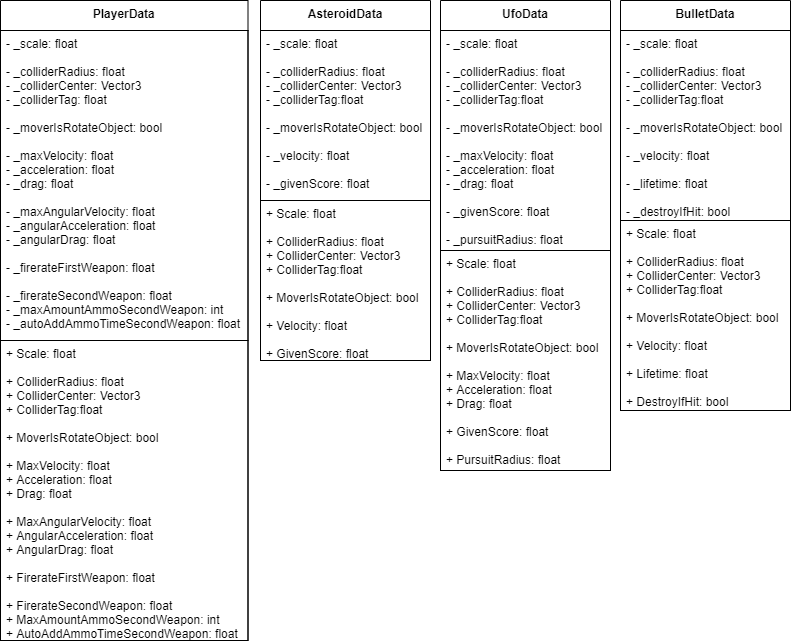
Before: Other/Diagrams/Data/Data.png, a diagram exported from draw.io (Kkamikadzee/Asteroids). Source tidied: cells renumbered, new cells last; positions are measured from the earlier drawing's top-left corner, leaving out a move shared by most shapes.
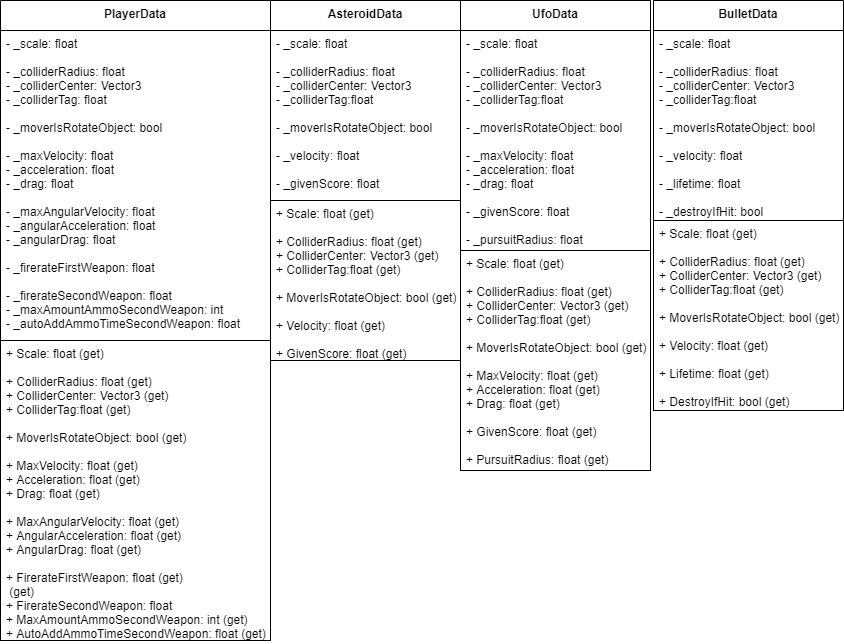
After the commit.

The edit, as a diff of the source:
```diff
@@ -2,41 +2,41 @@
   <root>
     <mxCell id="0" />
     <mxCell id="1" parent="0" />
-    <mxCell id="2" value="BulletData" style="swimlane;fontStyle=1;align=center;verticalAlign=top;horizontal=1;startSize=30;spacing=2;" parent="1" vertex="1">
-      <mxGeometry x="620" width="170" height="410" as="geometry" />
-    </mxCell>
-    <mxCell id="3" value="- _scale: float&#10;&#10;- _colliderRadius: float&#10;- _colliderCenter: Vector3&#10;- _colliderTag:float&#10;&#10;- _moverIsRotateObject: bool&#10;&#10;- _velocity: float&#10;&#10;- _lifetime: float&#10;&#10;- _destroyIfHit: bool" style="text;fillColor=none;align=left;verticalAlign=top;spacingLeft=4;spacingRight=4;overflow=hidden;strokeColor=#000000;" parent="2" vertex="1">
-      <mxGeometry y="30" width="170" height="190" as="geometry" />
-    </mxCell>
-    <mxCell id="4" value="+ Scale: float&#10;&#10;+ ColliderRadius: float&#10;+ ColliderCenter: Vector3&#10;+ ColliderTag:float&#10;&#10;+ MoverIsRotateObject: bool&#10;&#10;+ Velocity: float&#10;&#10;+ Lifetime: float&#10;&#10;+ DestroyIfHit: bool" style="text;fillColor=none;align=left;verticalAlign=top;spacingLeft=4;spacingRight=4;overflow=hidden;strokeColor=#000000;" parent="2" vertex="1">
-      <mxGeometry y="220" width="170" height="190" as="geometry" />
-    </mxCell>
     <mxCell id="5" value="UfoData" style="swimlane;fontStyle=1;align=center;verticalAlign=top;horizontal=1;startSize=30;spacing=2;" parent="1" vertex="1">
-      <mxGeometry x="440" width="170" height="470" as="geometry" />
+      <mxGeometry x="440" width="190" height="470" as="geometry" />
     </mxCell>
     <mxCell id="6" value="- _scale: float&#10;&#10;- _colliderRadius: float&#10;- _colliderCenter: Vector3&#10;- _colliderTag:float&#10;&#10;- _moverIsRotateObject: bool&#10;&#10;- _maxVelocity: float&#10;- _acceleration: float&#10;- _drag: float&#10;&#10;- _givenScore: float&#10;&#10;- _pursuitRadius: float&#10;" style="text;fillColor=none;align=left;verticalAlign=top;spacingLeft=4;spacingRight=4;overflow=hidden;strokeColor=#000000;" parent="5" vertex="1">
-      <mxGeometry y="30" width="170" height="220" as="geometry" />
+      <mxGeometry y="30" width="190" height="220" as="geometry" />
     </mxCell>
-    <mxCell id="7" value="+ Scale: float&#10;&#10;+ ColliderRadius: float&#10;+ ColliderCenter: Vector3&#10;+ ColliderTag:float&#10;&#10;+ MoverIsRotateObject: bool&#10;&#10;+ MaxVelocity: float&#10;+ Acceleration: float&#10;+ Drag: float&#10;&#10;+ GivenScore: float&#10;&#10;+ PursuitRadius: float" style="text;fillColor=none;align=left;verticalAlign=top;spacingLeft=4;spacingRight=4;overflow=hidden;strokeColor=#000000;" parent="5" vertex="1">
-      <mxGeometry y="250" width="170" height="220" as="geometry" />
+    <mxCell id="7" value="+ Scale: float (get)&#10;&#10;+ ColliderRadius: float (get)&#10;+ ColliderCenter: Vector3 (get)&#10;+ ColliderTag:float (get)&#10;&#10;+ MoverIsRotateObject: bool (get)&#10;&#10;+ MaxVelocity: float (get)&#10;+ Acceleration: float (get)&#10;+ Drag: float (get)&#10;&#10;+ GivenScore: float (get)&#10;&#10;+ PursuitRadius: float (get)" style="text;fillColor=none;align=left;verticalAlign=top;spacingLeft=4;spacingRight=4;overflow=hidden;strokeColor=#000000;" parent="5" vertex="1">
+      <mxGeometry y="250" width="190" height="220" as="geometry" />
     </mxCell>
     <mxCell id="8" value="AsteroidData" style="swimlane;fontStyle=1;align=center;verticalAlign=top;horizontal=1;startSize=30;spacing=2;" parent="1" vertex="1">
-      <mxGeometry x="260" width="170" height="360" as="geometry" />
+      <mxGeometry x="250" width="190" height="360" as="geometry" />
     </mxCell>
     <mxCell id="9" value="- _scale: float&#10;&#10;- _colliderRadius: float&#10;- _colliderCenter: Vector3&#10;- _colliderTag:float&#10;&#10;- _moverIsRotateObject: bool&#10;&#10;- _velocity: float&#10;&#10;- _givenScore: float" style="text;fillColor=none;align=left;verticalAlign=top;spacingLeft=4;spacingRight=4;overflow=hidden;strokeColor=#000000;" parent="8" vertex="1">
-      <mxGeometry y="30" width="170" height="170" as="geometry" />
+      <mxGeometry y="30" width="190" height="170" as="geometry" />
     </mxCell>
-    <mxCell id="10" value="+ Scale: float&#10;&#10;+ ColliderRadius: float&#10;+ ColliderCenter: Vector3&#10;+ ColliderTag:float&#10;&#10;+ MoverIsRotateObject: bool&#10;&#10;+ Velocity: float&#10;&#10;+ GivenScore: float" style="text;fillColor=none;align=left;verticalAlign=top;spacingLeft=4;spacingRight=4;overflow=hidden;strokeColor=#000000;" parent="8" vertex="1">
-      <mxGeometry y="200" width="170" height="160" as="geometry" />
+    <mxCell id="10" value="+ Scale: float (get)&#10;&#10;+ ColliderRadius: float (get)&#10;+ ColliderCenter: Vector3 (get)&#10;+ ColliderTag:float (get)&#10;&#10;+ MoverIsRotateObject: bool (get)&#10;&#10;+ Velocity: float (get)&#10;&#10;+ GivenScore: float (get)" style="text;fillColor=none;align=left;verticalAlign=top;spacingLeft=4;spacingRight=4;overflow=hidden;strokeColor=#000000;" parent="8" vertex="1">
+      <mxGeometry y="200" width="190" height="160" as="geometry" />
     </mxCell>
+    <mxCell id="2" value="BulletData" style="swimlane;fontStyle=1;align=center;verticalAlign=top;horizontal=1;startSize=30;spacing=2;" parent="1" vertex="1">
+      <mxGeometry x="633" width="190" height="410" as="geometry" />
+    </mxCell>
+    <mxCell id="3" value="- _scale: float&#10;&#10;- _colliderRadius: float&#10;- _colliderCenter: Vector3&#10;- _colliderTag:float&#10;&#10;- _moverIsRotateObject: bool&#10;&#10;- _velocity: float&#10;&#10;- _lifetime: float&#10;&#10;- _destroyIfHit: bool" style="text;fillColor=none;align=left;verticalAlign=top;spacingLeft=4;spacingRight=4;overflow=hidden;strokeColor=#000000;" parent="2" vertex="1">
+      <mxGeometry y="30" width="190" height="190" as="geometry" />
+    </mxCell>
+    <mxCell id="4" value="+ Scale: float (get)&#10;&#10;+ ColliderRadius: float (get)&#10;+ ColliderCenter: Vector3 (get)&#10;+ ColliderTag:float (get)&#10;&#10;+ MoverIsRotateObject: bool (get)&#10;&#10;+ Velocity: float (get)&#10;&#10;+ Lifetime: float (get)&#10;&#10;+ DestroyIfHit: bool (get)" style="text;fillColor=none;align=left;verticalAlign=top;spacingLeft=4;spacingRight=4;overflow=hidden;strokeColor=#000000;" parent="2" vertex="1">
+      <mxGeometry y="220" width="190" height="190" as="geometry" />
+    </mxCell>
     <mxCell id="11" value="PlayerData" style="swimlane;fontStyle=1;align=center;verticalAlign=top;horizontal=1;startSize=30;spacing=2;" parent="1" vertex="1">
-      <mxGeometry width="247.5" height="640" as="geometry" />
+      <mxGeometry x="-20" width="270" height="640" as="geometry" />
     </mxCell>
     <mxCell id="12" value="- _scale: float&#10;&#10;- _colliderRadius: float&#10;- _colliderCenter: Vector3&#10;- _colliderTag: float&#10;&#10;- _moverIsRotateObject: bool&#10;&#10;- _maxVelocity: float&#10;- _acceleration: float&#10;- _drag: float&#10;&#10;- _maxAngularVelocity: float&#10;- _angularAcceleration: float&#10;- _angularDrag: float&#10;&#10;- _firerateFirstWeapon: float&#10;&#10;- _firerateSecondWeapon: float&#10;- _maxAmountAmmoSecondWeapon: int&#10;- _autoAddAmmoTimeSecondWeapon: float" style="text;fillColor=none;align=left;verticalAlign=top;spacingLeft=4;spacingRight=4;overflow=hidden;strokeColor=#000000;" parent="11" vertex="1">
-      <mxGeometry y="30" width="247.5" height="310" as="geometry" />
+      <mxGeometry y="30" width="270" height="310" as="geometry" />
     </mxCell>
-    <mxCell id="13" value="+ Scale: float&#10;&#10;+ ColliderRadius: float&#10;+ ColliderCenter: Vector3&#10;+ ColliderTag:float&#10;&#10;+ MoverIsRotateObject: bool&#10;&#10;+ MaxVelocity: float&#10;+ Acceleration: float&#10;+ Drag: float&#10;&#10;+ MaxAngularVelocity: float&#10;+ AngularAcceleration: float&#10;+ AngularDrag: float&#10;&#10;+ FirerateFirstWeapon: float&#10;&#10;+ FirerateSecondWeapon: float&#10;+ MaxAmountAmmoSecondWeapon: int&#10;+ AutoAddAmmoTimeSecondWeapon: float" style="text;fillColor=none;align=left;verticalAlign=top;spacingLeft=4;spacingRight=4;overflow=hidden;strokeColor=#000000;" parent="11" vertex="1">
-      <mxGeometry y="340" width="247.5" height="300" as="geometry" />
+    <mxCell id="13" value="+ Scale: float (get)&#10;&#10;+ ColliderRadius: float (get)&#10;+ ColliderCenter: Vector3 (get)&#10;+ ColliderTag:float (get)&#10;&#10;+ MoverIsRotateObject: bool (get)&#10;&#10;+ MaxVelocity: float (get)&#10;+ Acceleration: float (get)&#10;+ Drag: float (get)&#10;&#10;+ MaxAngularVelocity: float (get)&#10;+ AngularAcceleration: float (get)&#10;+ AngularDrag: float (get)&#10;&#10;+ FirerateFirstWeapon: float (get)&#10; (get)&#10;+ FirerateSecondWeapon: float&#10;+ MaxAmountAmmoSecondWeapon: int (get)&#10;+ AutoAddAmmoTimeSecondWeapon: float (get)" style="text;fillColor=none;align=left;verticalAlign=top;spacingLeft=4;spacingRight=4;overflow=hidden;strokeColor=#000000;" parent="11" vertex="1">
+      <mxGeometry y="340" width="270" height="300" as="geometry" />
     </mxCell>
   </root>
 </mxGraphModel>
```
